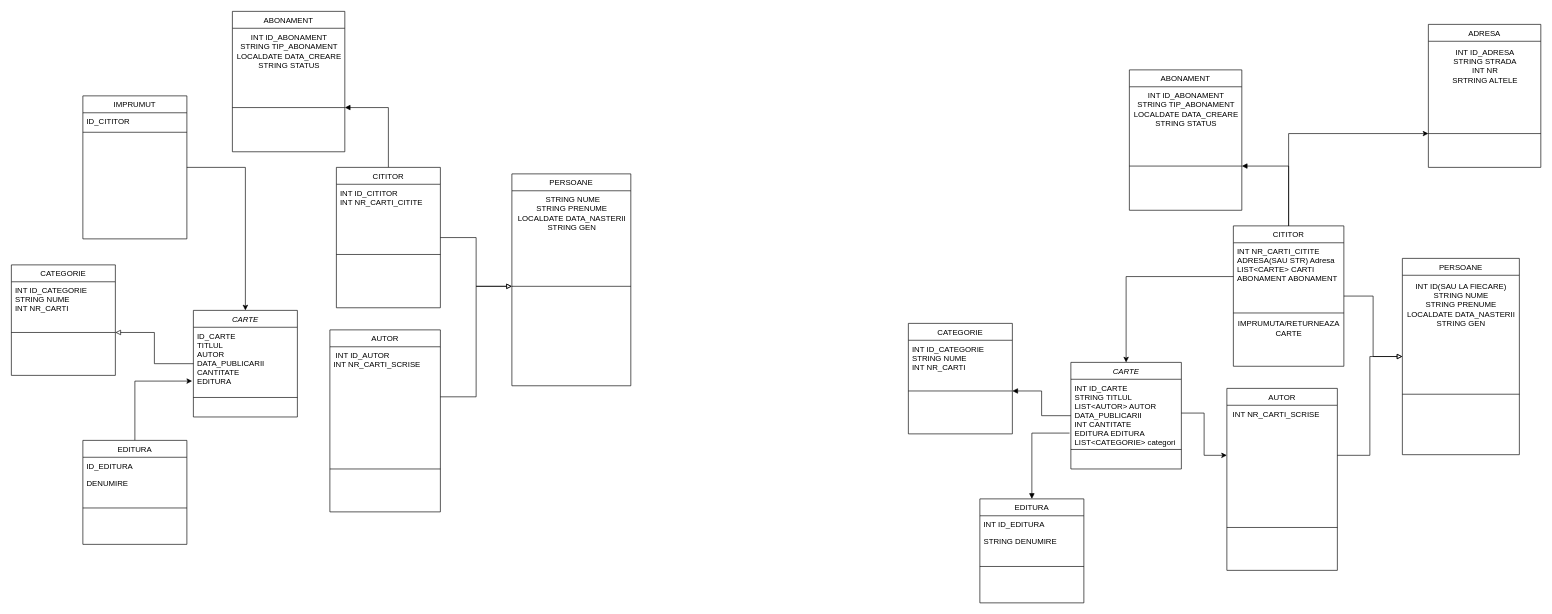
Earlier version of the draw.io diagram ANUL 2 SEM 2/Diagramă fără titlu.drawio (RobertaDiana/FMI-UNIBUC). Source tidied: cells renumbered, new cells numbered last; positions are measured from the earlier drawing's top-left corner, leaving out a move shared by most shapes. Both pictures are drawn from the tidied source at 65%, with x=0, y=0 at pixel (11, 11).
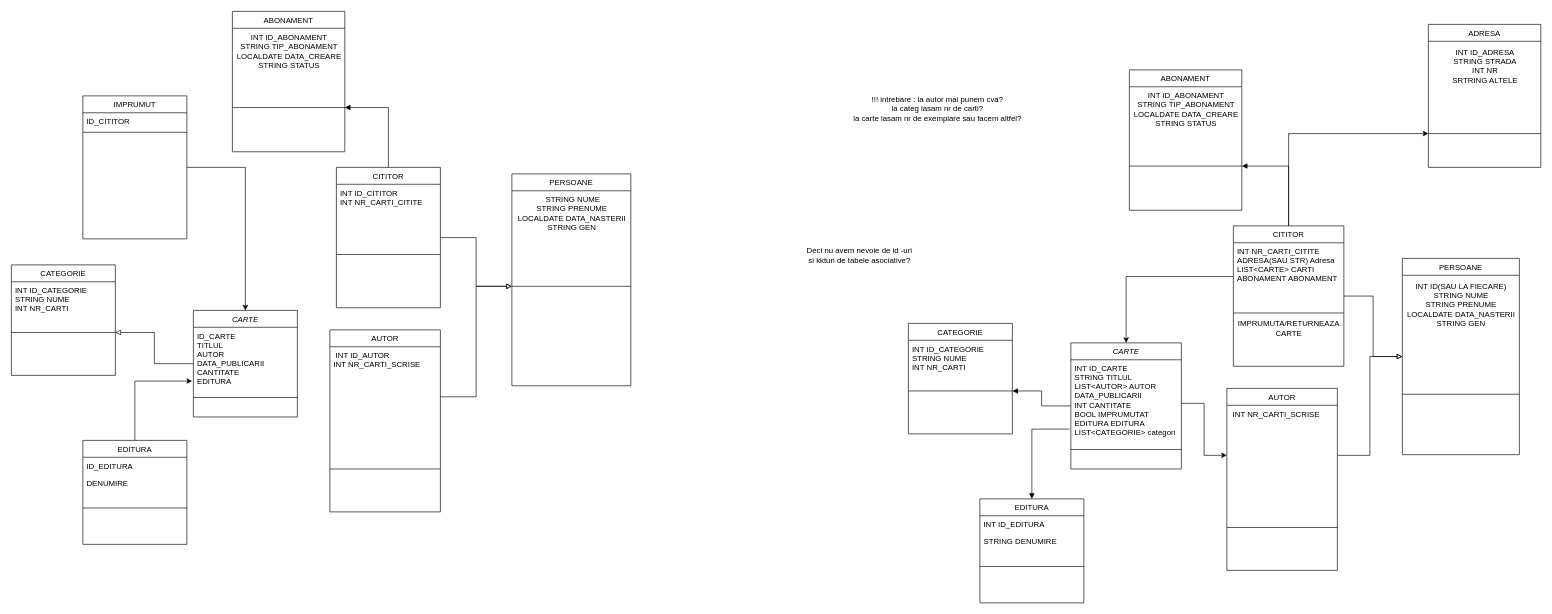
After the change.

What changed in the source:
```diff
@@
     <mxCell id="34" value="CARTE" style="swimlane;fontStyle=2;align=center;verticalAlign=top;horizontal=1;startSize=26;rounded=0;shadow=0;strokeWidth=1;" parent="1" vertex="1">
-      <mxGeometry x="1630" y="540" width="170" height="164" as="geometry" />
+      <mxGeometry x="1630" y="510" width="170" height="194" as="geometry" />
     </mxCell>
-    <mxCell id="35" value="INT ID_CARTE&#10;STRING TITLUL&#10;LIST&lt;AUTOR&gt; AUTOR&#10;DATA_PUBLICARII&#10;INT CANTITATE&#10;EDITURA EDITURA&#10;LIST&lt;CATEGORIE&gt; categori&#10;" style="text;align=left;verticalAlign=top;spacingLeft=4;spacingRight=4;overflow=hidden;points=[[0,0.5],[1,0.5]];portConstraint=eastwest;rounded=0;shadow=0;html=0;" parent="34" vertex="1">
-      <mxGeometry y="26" width="170" height="104" as="geometry" />
+    <mxCell id="35" value="INT ID_CARTE&#10;STRING TITLUL&#10;LIST&lt;AUTOR&gt; AUTOR&#10;DATA_PUBLICARII&#10;INT CANTITATE&#10;BOOL IMPRUMUTAT&#10;EDITURA EDITURA&#10;LIST&lt;CATEGORIE&gt; categori&#10;" style="text;align=left;verticalAlign=top;spacingLeft=4;spacingRight=4;overflow=hidden;points=[[0,0.5],[1,0.5]];portConstraint=eastwest;rounded=0;shadow=0;html=0;" parent="34" vertex="1">
+      <mxGeometry y="26" width="170" height="134" as="geometry" />
     </mxCell>
     <mxCell id="36" style="line;html=1;strokeWidth=1;align=left;verticalAlign=middle;spacingTop=-1;spacingLeft=3;spacingRight=3;labelPosition=right;" parent="34" vertex="1">
-      <mxGeometry y="130" width="170" height="8" as="geometry" />
+      <mxGeometry y="160" width="170" height="8" as="geometry" />
     </mxCell>
@@
+    <mxCell id="67" value="&lt;div&gt;!!! intrebare : la autor mai punem cva?&lt;/div&gt;&lt;div&gt;la categ lasam nr de carti?&lt;/div&gt;&lt;div&gt;la carte lasam nr de exemplare sau facem altfel?&lt;br&gt;&lt;/div&gt;" style="text;html=1;strokeColor=none;fillColor=none;align=center;verticalAlign=middle;whiteSpace=wrap;rounded=0;" parent="1" vertex="1">
+      <mxGeometry x="1280" y="20" width="290" height="260" as="geometry" />
+    </mxCell>
+    <mxCell id="68" value="Deci nu avem nevoie de id -uri si kkturi de tabele asociative?" style="text;html=1;strokeColor=none;fillColor=none;align=center;verticalAlign=middle;whiteSpace=wrap;rounded=0;" parent="1" vertex="1">
+      <mxGeometry x="1220" y="310" width="170" height="130" as="geometry" />
+    </mxCell>
```
